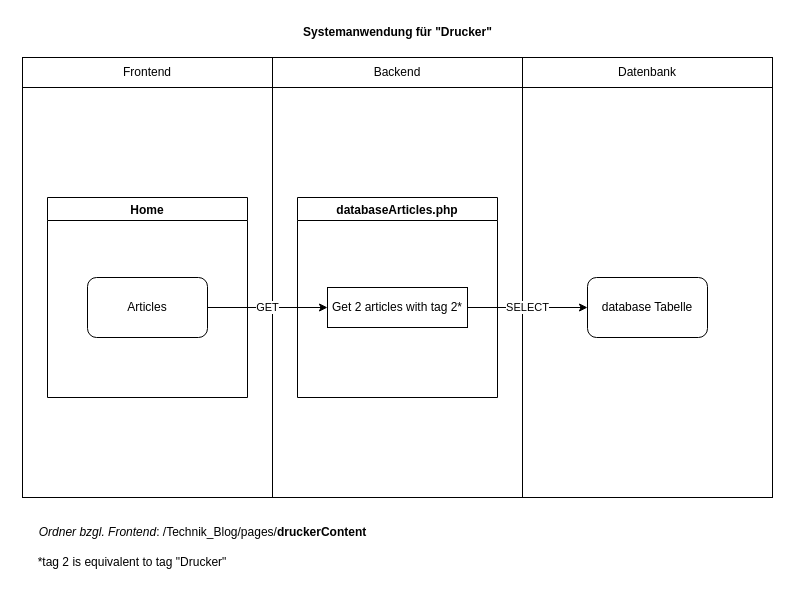
Earlier version of the draw.io diagram Dokumentation/Komponentenbeschreibung/Komponentenbeschreibung_Drucker.drawio (CoffeeAddict987/Technik_Blog). Source tidied: cells renumbered, new cells numbered last; positions are measured from the earlier drawing's top-left corner, leaving out a move shared by most shapes. Both pictures are drawn from the tidied source at 100%, with x=0, y=0 at pixel (17, 17).
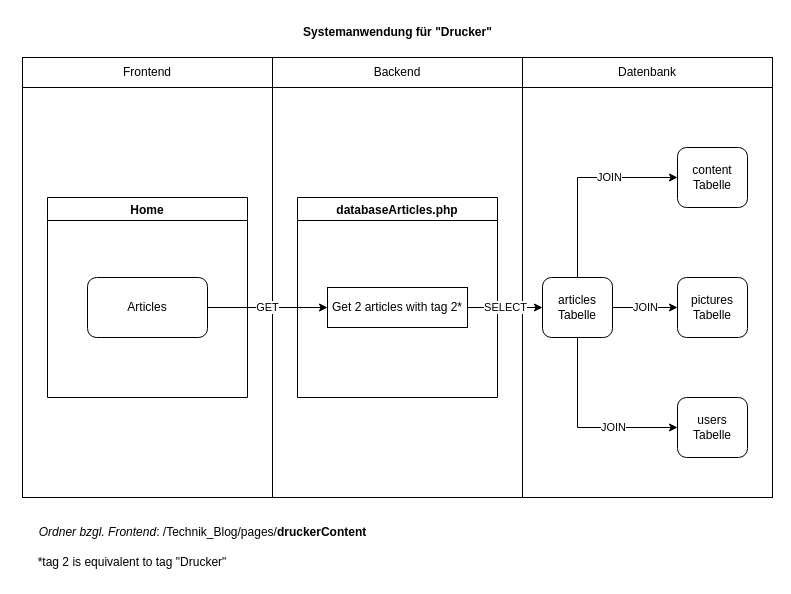
The same diagram, later.

Unchanged cells that the change refers to:
```xml
<mxCell id="13" value="Get 2 articles with tag 2*" style="rounded=0;whiteSpace=wrap;html=1;" parent="12" vertex="1">
  <mxGeometry x="30" y="90" width="140" height="40" as="geometry" />
</mxCell>
```

What changed in the source:
```diff
@@
-    <mxCell id="5" style="rounded=0;whiteSpace=wrap;html=1;" parent="1" vertex="1">
-      <mxGeometry x="505" y="40" width="250" height="440" as="geometry" />
-    </mxCell>
@@
-    <mxCell id="7" value="Datenbank" style="text;html=1;strokeColor=none;fillColor=none;align=center;verticalAlign=middle;whiteSpace=wrap;rounded=0;" parent="1" vertex="1">
-      <mxGeometry x="600" y="40" width="60" height="30" as="geometry" />
-    </mxCell>
@@
-    <mxCell id="9" style="endArrow=none;html=1;rounded=0;" parent="1" edge="1">
-      <mxGeometry relative="1" as="geometry">
-        <mxPoint x="5" y="70" as="sourcePoint" />
-        <mxPoint x="755" y="70" as="targetPoint" />
-      </mxGeometry>
-    </mxCell>
@@
-    <mxCell id="14" value="database Tabelle" style="rounded=1;whiteSpace=wrap;html=1;" parent="1" vertex="1">
-      <mxGeometry x="570" y="260" width="120" height="60" as="geometry" />
-    </mxCell>
@@
+    <mxCell id="5" style="rounded=0;whiteSpace=wrap;html=1;" parent="1" vertex="1">
+      <mxGeometry x="505" y="40" width="250" height="440" as="geometry" />
+    </mxCell>
+    <mxCell id="7" value="Datenbank" style="text;html=1;strokeColor=none;fillColor=none;align=center;verticalAlign=middle;whiteSpace=wrap;rounded=0;" parent="1" vertex="1">
+      <mxGeometry x="600" y="40" width="60" height="30" as="geometry" />
+    </mxCell>
+    <mxCell id="19" value="articles Tabelle" style="rounded=1;whiteSpace=wrap;html=1;" parent="1" vertex="1">
+      <mxGeometry x="525" y="260" width="70" height="60" as="geometry" />
+    </mxCell>
+    <mxCell id="20" value="content Tabelle" style="rounded=1;whiteSpace=wrap;html=1;" parent="1" vertex="1">
+      <mxGeometry x="660" y="130" width="70" height="60" as="geometry" />
+    </mxCell>
+    <mxCell id="21" value="pictures Tabelle" style="rounded=1;whiteSpace=wrap;html=1;" parent="1" vertex="1">
+      <mxGeometry x="660" y="260" width="70" height="60" as="geometry" />
+    </mxCell>
+    <mxCell id="22" value="users Tabelle" style="rounded=1;whiteSpace=wrap;html=1;" parent="1" vertex="1">
+      <mxGeometry x="660" y="380" width="70" height="60" as="geometry" />
+    </mxCell>
+    <mxCell id="23" value="JOIN" style="endArrow=classic;html=1;rounded=0;exitX=1;exitY=0.5;exitDx=0;exitDy=0;entryX=0;entryY=0.5;entryDx=0;entryDy=0;" parent="1" edge="1" source="19" target="21">
+      <mxGeometry relative="1" as="geometry" />
+    </mxCell>
+    <mxCell id="24" style="endArrow=classic;html=1;rounded=0;exitX=0.5;exitY=1;exitDx=0;exitDy=0;entryX=0;entryY=0.5;entryDx=0;entryDy=0;" parent="1" edge="1" source="19" target="22">
+      <mxGeometry relative="1" as="geometry">
+        <Array as="points">
+          <mxPoint x="560" y="410" />
+        </Array>
+      </mxGeometry>
+    </mxCell>
+    <mxCell id="25" value="JOIN" style="edgeLabel;html=1;align=center;verticalAlign=middle;" parent="24" vertex="1">
+      <mxGeometry x="0.3" y="1" relative="1" as="geometry">
+        <mxPoint x="1" as="offset" />
+      </mxGeometry>
+    </mxCell>
+    <mxCell id="26" style="endArrow=classic;html=1;rounded=0;exitX=0.5;exitY=0;exitDx=0;exitDy=0;entryX=0;entryY=0.5;entryDx=0;entryDy=0;" parent="1" edge="1" source="19" target="20">
+      <mxGeometry relative="1" as="geometry">
+        <Array as="points">
+          <mxPoint x="560" y="160" />
+        </Array>
+      </mxGeometry>
+    </mxCell>
+    <mxCell id="27" value="JOIN" style="edgeLabel;html=1;align=center;verticalAlign=middle;" parent="26" vertex="1">
+      <mxGeometry x="0.3" y="1" relative="1" as="geometry">
+        <mxPoint x="1" as="offset" />
+      </mxGeometry>
+    </mxCell>
+    <mxCell id="9" style="endArrow=none;html=1;rounded=0;" parent="1" edge="1">
+      <mxGeometry relative="1" as="geometry">
+        <mxPoint x="5" y="70" as="sourcePoint" />
+        <mxPoint x="755" y="70" as="targetPoint" />
+      </mxGeometry>
+    </mxCell>
-    <mxCell id="18" value="SELECT" style="endArrow=classic;html=1;rounded=0;exitX=1;exitY=0.5;exitDx=0;exitDy=0;" parent="1" edge="1" source="13" target="14">
+    <mxCell id="18" value="SELECT" style="endArrow=classic;html=1;rounded=0;exitX=1;exitY=0.5;exitDx=0;exitDy=0;entryX=0;entryY=0.5;entryDx=0;entryDy=0;" parent="1" edge="1" source="13" target="19">
       <mxGeometry relative="1" as="geometry" />
     </mxCell>
```
